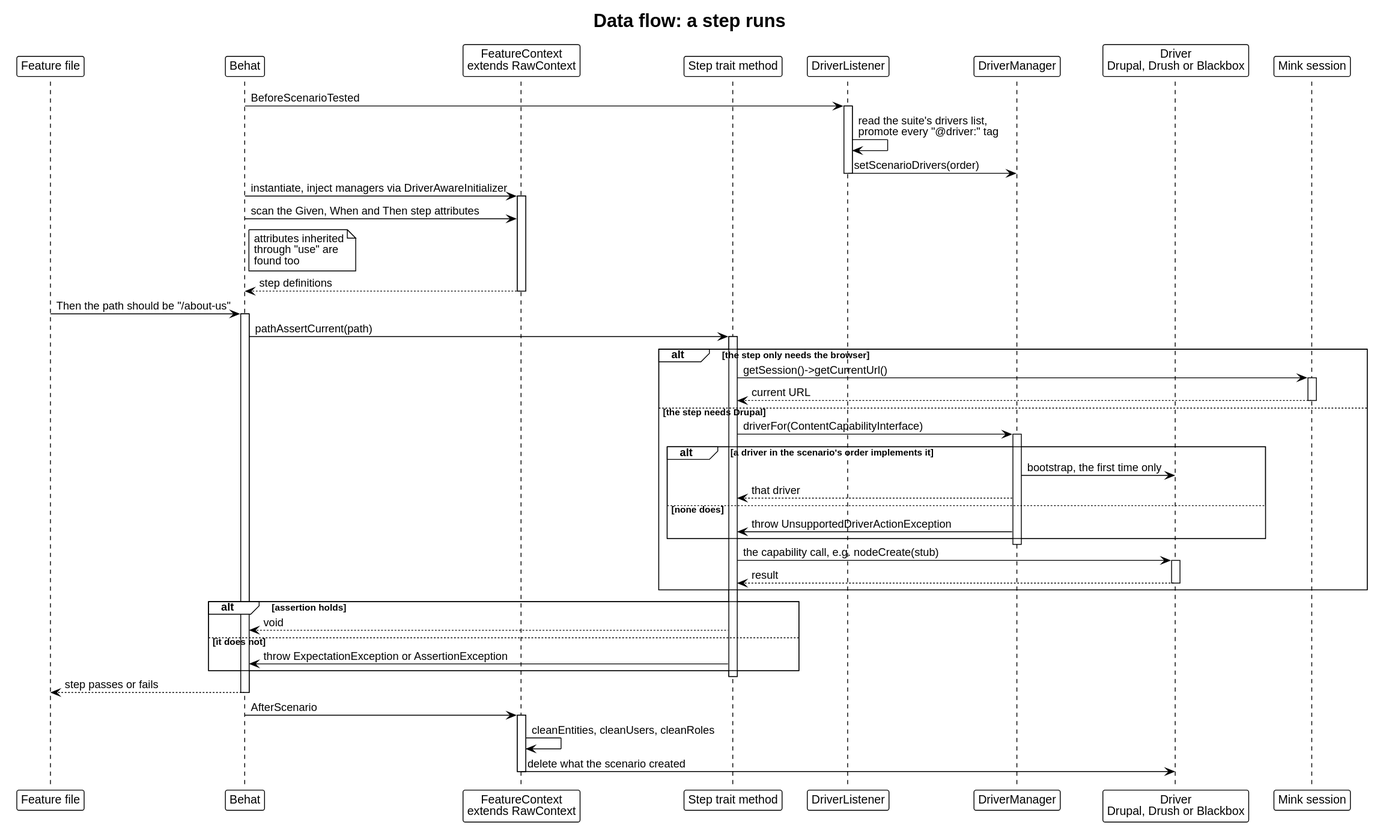
This is docs/architecture/dataflow-step.svg from drevops/behat-steps, a PlantUML export, as it was before one commit.
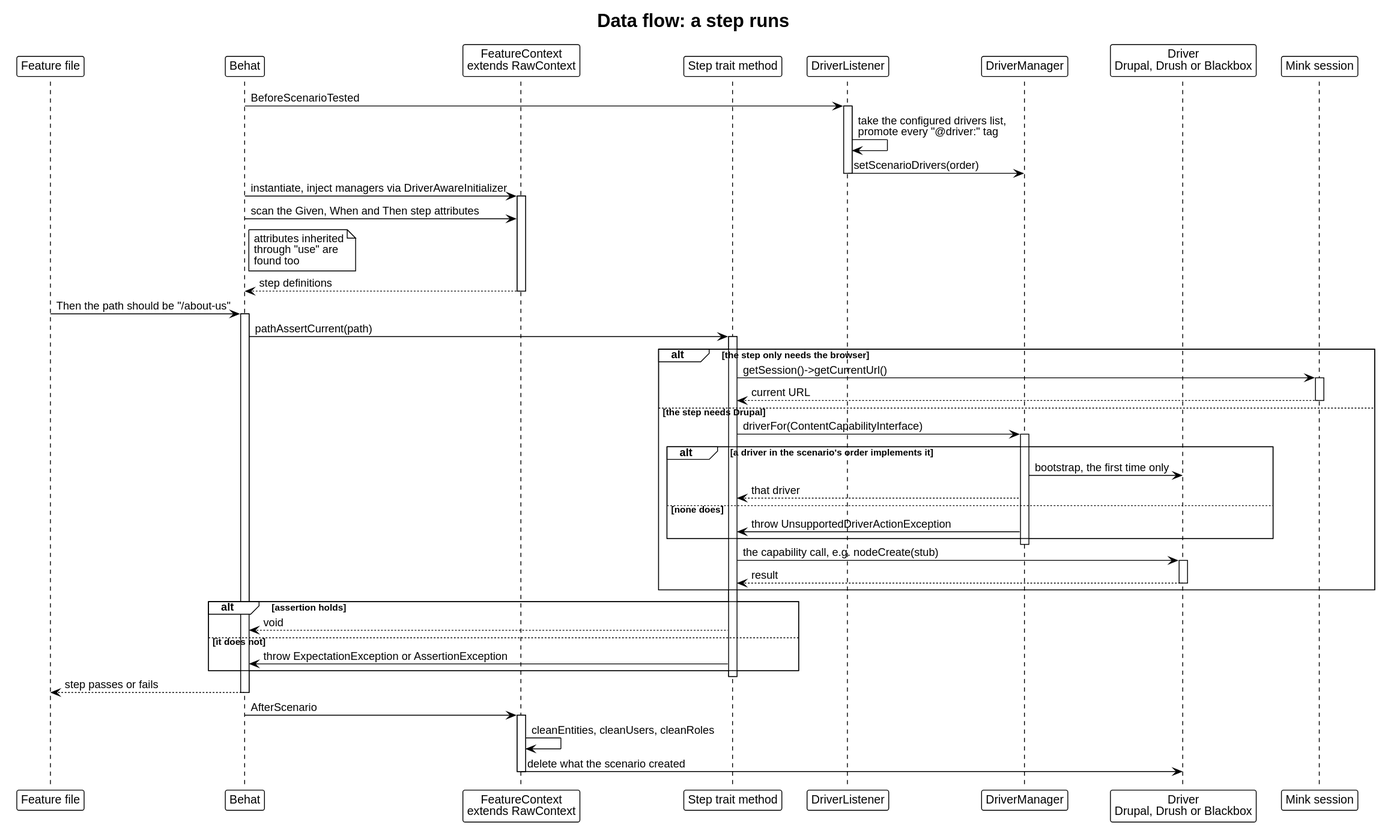
The same diagram one commit later.

Change to the diagram source:
```diff
@@ -16,7 +16,7 @@
 
 Behat -> Listener: BeforeScenarioTested
 activate Listener
-Listener -> Listener: read the suite's drivers list,\npromote every "@driver:" tag
+Listener -> Listener: take the configured drivers list,\npromote every "@driver:" tag
 Listener -> DM: setScenarioDrivers(order)
 deactivate Listener
 
```
